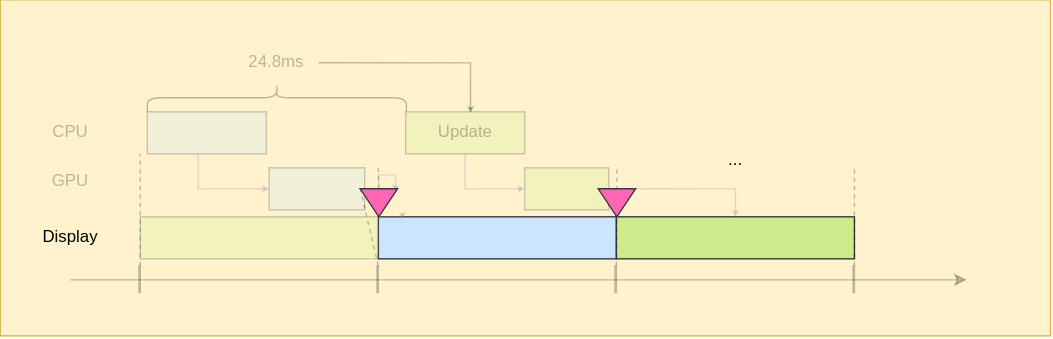
The draw.io diagram public/posts/timestep-and-frame-pacing-2/resources/croteam_7.svg in raylee9919/raylee9919.github.io, before a commit. Source tidied: cells renumbered, new cells last; positions are measured from the earlier drawing's top-left corner, leaving out a move shared by most shapes.
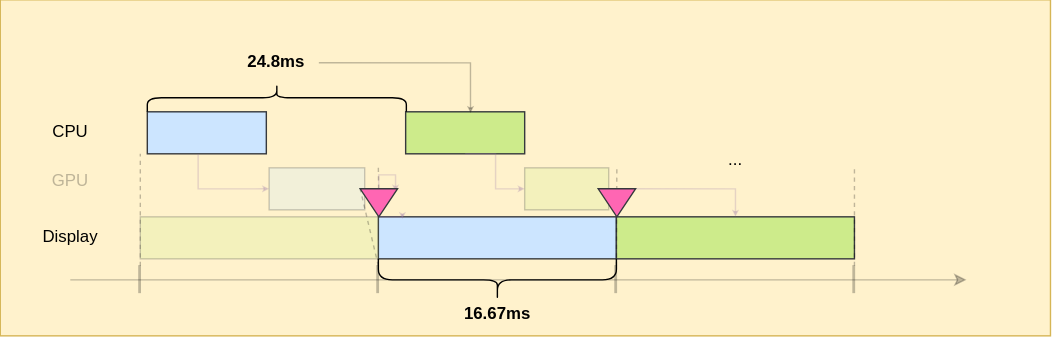
Later version of the same file.

Change to the diagram source:
```diff
@@ -17,7 +17,7 @@
         <mxPoint x="100" y="212" as="targetPoint" />
       </mxGeometry>
     </mxCell>
-    <mxCell id="5" style="rounded=0;whiteSpace=wrap;html=1;fillColor=#cce5ff;strokeColor=#36393d;textOpacity=25;opacity=25;" parent="1" vertex="1">
+    <mxCell id="5" style="rounded=0;whiteSpace=wrap;html=1;fillColor=#cce5ff;strokeColor=#36393d;" parent="1" vertex="1">
       <mxGeometry x="105" y="102" width="85" height="30" as="geometry" />
     </mxCell>
     <mxCell id="6" style="rounded=0;whiteSpace=wrap;html=1;fillColor=#cce5ff;strokeColor=#36393d;opacity=25;" parent="1" vertex="1">
@@ -44,7 +44,7 @@
         <mxPoint x="100" y="132" as="targetPoint" />
       </mxGeometry>
     </mxCell>
-    <mxCell id="11" style="endArrow=none;dashed=1;html=1;rounded=0;entryX=0;entryY=1;entryDx=0;entryDy=0;opacity=25;" parent="1" edge="1" source="33">
+    <mxCell id="11" style="endArrow=none;dashed=1;html=1;rounded=0;entryX=0;entryY=1;entryDx=0;entryDy=0;opacity=25;" parent="1" edge="1" source="32">
       <mxGeometry relative="1" as="geometry">
         <mxPoint x="270" y="142" as="targetPoint" />
       </mxGeometry>
@@ -52,7 +52,7 @@
     <mxCell id="12" style="endArrow=classic;html=1;rounded=0;exitX=0.427;exitY=1.007;exitDx=0;exitDy=0;entryX=0;entryY=0.5;entryDx=0;entryDy=0;endSize=2;edgeStyle=orthogonalEdgeStyle;fillColor=#e1d5e7;strokeColor=#9673a6;exitPerimeter=0;opacity=25;" parent="1" edge="1" source="5" target="6">
       <mxGeometry relative="1" as="geometry" />
     </mxCell>
-    <mxCell id="13" style="endArrow=classic;html=1;rounded=0;exitX=1;exitY=0.5;exitDx=0;exitDy=0;endSize=2;edgeStyle=orthogonalEdgeStyle;entryX=0.101;entryY=0.052;entryDx=0;entryDy=0;fillColor=#e1d5e7;strokeColor=#9673a6;entryPerimeter=0;opacity=25;" parent="1" edge="1" source="33" target="7">
+    <mxCell id="13" style="endArrow=classic;html=1;rounded=0;exitX=1;exitY=0.5;exitDx=0;exitDy=0;endSize=2;edgeStyle=orthogonalEdgeStyle;entryX=0.101;entryY=0.052;entryDx=0;entryDy=0;fillColor=#e1d5e7;strokeColor=#9673a6;entryPerimeter=0;opacity=25;" parent="1" edge="1" source="32" target="7">
       <mxGeometry relative="1" as="geometry" />
     </mxCell>
     <mxCell id="14" style="rounded=0;whiteSpace=wrap;html=1;fillColor=#cdeb8b;strokeColor=#36393d;opacity=25;" parent="1" vertex="1">
@@ -73,7 +73,7 @@
         <mxPoint x="610" y="142" as="targetPoint" />
       </mxGeometry>
     </mxCell>
-    <mxCell id="18" style="rounded=0;whiteSpace=wrap;html=1;fillColor=#cdeb8b;strokeColor=#36393d;opacity=25;" parent="1" vertex="1">
+    <mxCell id="18" style="rounded=0;whiteSpace=wrap;html=1;fillColor=#cdeb8b;strokeColor=#36393d;" parent="1" vertex="1">
       <mxGeometry x="289.5" y="102" width="85" height="30" as="geometry" />
     </mxCell>
     <mxCell id="19" style="rounded=0;whiteSpace=wrap;html=1;fillColor=#cdeb8b;strokeColor=#36393d;textOpacity=25;opacity=25;" parent="1" vertex="1">
@@ -91,43 +91,48 @@
     <mxCell id="22" style="endArrow=classic;html=1;rounded=0;exitX=1;exitY=0.5;exitDx=0;exitDy=0;endSize=2;edgeStyle=orthogonalEdgeStyle;fillColor=#e1d5e7;strokeColor=#9673a6;opacity=25;" parent="1" edge="1" source="19" target="16">
       <mxGeometry relative="1" as="geometry" />
     </mxCell>
-    <mxCell id="23" style="shape=curlyBracket;whiteSpace=wrap;html=1;rounded=1;flipH=1;labelPosition=right;verticalLabelPosition=middle;align=left;verticalAlign=middle;legacyAnchorPoints=0;rotation=-90;textOpacity=25;opacity=25;" parent="1" vertex="1">
+    <mxCell id="23" style="shape=curlyBracket;whiteSpace=wrap;html=1;rounded=1;flipH=1;labelPosition=right;verticalLabelPosition=middle;align=left;verticalAlign=middle;legacyAnchorPoints=0;rotation=-90;" parent="1" vertex="1">
       <mxGeometry x="187.5" y="-0.5" width="20" height="185" as="geometry" />
     </mxCell>
-    <mxCell id="24" value="24.8ms" style="text;html=1;whiteSpace=wrap;strokeColor=none;fillColor=none;align=center;verticalAlign=middle;rounded=0;textOpacity=25;" parent="1" vertex="1">
+    <mxCell id="24" value="24.8ms" style="text;html=1;whiteSpace=wrap;strokeColor=none;fillColor=none;align=center;verticalAlign=middle;rounded=0;fontStyle=1;" parent="1" vertex="1">
       <mxGeometry x="167.5" y="52" width="60" height="30" as="geometry" />
     </mxCell>
     <mxCell id="25" style="endArrow=classic;html=1;rounded=0;exitX=1;exitY=0.5;exitDx=0;exitDy=0;entryX=0.545;entryY=0.029;entryDx=0;entryDy=0;entryPerimeter=0;edgeStyle=orthogonalEdgeStyle;endSize=2;opacity=25;" parent="1" edge="1" source="24" target="18">
       <mxGeometry relative="1" as="geometry" />
     </mxCell>
-    <mxCell id="26" value="Update" style="text;html=1;whiteSpace=wrap;strokeColor=none;fillColor=none;align=center;verticalAlign=middle;rounded=0;textOpacity=25;" parent="1" vertex="1">
-      <mxGeometry x="302" y="102" width="60" height="30" as="geometry" />
+    <mxCell id="26" value="CPU" style="text;html=1;whiteSpace=wrap;strokeColor=none;fillColor=none;align=center;verticalAlign=middle;rounded=0;" parent="1" vertex="1">
+      <mxGeometry x="20" y="102" width="60" height="30" as="geometry" />
     </mxCell>
-    <mxCell id="27" value="CPU" style="text;html=1;whiteSpace=wrap;strokeColor=none;fillColor=none;align=center;verticalAlign=middle;rounded=0;textOpacity=25;" parent="1" vertex="1">
-      <mxGeometry x="20" y="102" width="60" height="30" as="geometry" />
+    <mxCell id="27" value="GPU" style="text;html=1;whiteSpace=wrap;strokeColor=none;fillColor=none;align=center;verticalAlign=middle;rounded=0;textOpacity=25;" parent="1" vertex="1">
+      <mxGeometry x="20" y="137" width="60" height="30" as="geometry" />
     </mxCell>
-    <mxCell id="28" value="GPU" style="text;html=1;whiteSpace=wrap;strokeColor=none;fillColor=none;align=center;verticalAlign=middle;rounded=0;textOpacity=25;" parent="1" vertex="1">
-      <mxGeometry x="20" y="137" width="60" height="30" as="geometry" />
+    <mxCell id="28" value="Display" style="text;html=1;whiteSpace=wrap;strokeColor=none;fillColor=none;align=center;verticalAlign=middle;rounded=0;" parent="1" vertex="1">
+      <mxGeometry x="20" y="177" width="60" height="30" as="geometry" />
     </mxCell>
-    <mxCell id="29" value="Display" style="text;html=1;whiteSpace=wrap;strokeColor=none;fillColor=none;align=center;verticalAlign=middle;rounded=0;" parent="1" vertex="1">
-      <mxGeometry x="20" y="177" width="60" height="30" as="geometry" />
+    <mxCell id="29" style="endArrow=classic;html=1;rounded=0;exitX=0.5;exitY=1;exitDx=0;exitDy=0;entryX=0;entryY=0.5;entryDx=0;entryDy=0;endSize=2;edgeStyle=orthogonalEdgeStyle;fillColor=#e1d5e7;strokeColor=#9673a6;textOpacity=25;opacity=25;" parent="1" edge="1" target="19">
+      <mxGeometry relative="1" as="geometry">
+        <mxPoint x="332" y="132" as="sourcePoint" />
+      </mxGeometry>
     </mxCell>
-    <mxCell id="30" style="endArrow=classic;html=1;rounded=0;exitX=0.5;exitY=1;exitDx=0;exitDy=0;entryX=0;entryY=0.5;entryDx=0;entryDy=0;endSize=2;edgeStyle=orthogonalEdgeStyle;fillColor=#e1d5e7;strokeColor=#9673a6;textOpacity=25;opacity=25;" parent="1" edge="1" source="26" target="19">
+    <mxCell id="30" style="endArrow=classic;html=1;rounded=0;exitX=1;exitY=0.5;exitDx=0;exitDy=0;endSize=2;edgeStyle=orthogonalEdgeStyle;entryX=0.101;entryY=0.052;entryDx=0;entryDy=0;fillColor=#e1d5e7;strokeColor=#9673a6;entryPerimeter=0;opacity=25;" parent="1" edge="1" source="6" target="32">
       <mxGeometry relative="1" as="geometry" />
     </mxCell>
-    <mxCell id="31" style="endArrow=classic;html=1;rounded=0;exitX=1;exitY=0.5;exitDx=0;exitDy=0;endSize=2;edgeStyle=orthogonalEdgeStyle;entryX=0.101;entryY=0.052;entryDx=0;entryDy=0;fillColor=#e1d5e7;strokeColor=#9673a6;entryPerimeter=0;opacity=25;" parent="1" edge="1" source="6" target="33">
-      <mxGeometry relative="1" as="geometry" />
+    <mxCell id="31" style="endArrow=none;dashed=1;html=1;rounded=0;entryX=0;entryY=1;entryDx=0;entryDy=0;opacity=25;" parent="1" edge="1" target="32">
+      <mxGeometry relative="1" as="geometry">
+        <mxPoint x="270" y="212" as="sourcePoint" />
+      </mxGeometry>
     </mxCell>
-    <mxCell id="32" style="endArrow=none;dashed=1;html=1;rounded=0;entryX=0;entryY=1;entryDx=0;entryDy=0;opacity=25;" parent="1" edge="1" target="33">
-      <mxGeometry relative="1" as="geometry">
-        <mxPoint x="270" y="212" as="sourcePoint" />
-      </mxGeometry>
+    <mxCell id="32" style="triangle;whiteSpace=wrap;html=1;shapeInside=1;rotation=90;fillColor=#FF66B3;strokeColor=#36393d;" parent="1" vertex="1">
+      <mxGeometry x="260.3" y="153.7" width="20" height="26.7" as="geometry" />
     </mxCell>
     <mxCell id="33" style="triangle;whiteSpace=wrap;html=1;shapeInside=1;rotation=90;fillColor=#FF66B3;strokeColor=#36393d;" parent="1" vertex="1">
-      <mxGeometry x="260.3" y="153.7" width="20" height="26.7" as="geometry" />
+      <mxGeometry x="430.3" y="153.7" width="20" height="26.7" as="geometry" />
     </mxCell>
-    <mxCell id="34" style="triangle;whiteSpace=wrap;html=1;shapeInside=1;rotation=90;fillColor=#FF66B3;strokeColor=#36393d;" parent="1" vertex="1">
-      <mxGeometry x="430.3" y="153.7" width="20" height="26.7" as="geometry" />
+    <mxCell id="34" style="shape=curlyBracket;whiteSpace=wrap;html=1;rounded=1;flipH=1;labelPosition=right;verticalLabelPosition=middle;align=left;verticalAlign=middle;legacyAnchorPoints=0;rotation=90;" parent="1" vertex="1">
+      <mxGeometry x="340" y="137" width="30" height="170" as="geometry" />
     </mxCell>
+    <mxCell id="35" value="16.67ms" style="text;html=1;whiteSpace=wrap;strokeColor=none;fillColor=none;align=center;verticalAlign=middle;rounded=0;fontStyle=1;" parent="1" vertex="1">
+      <mxGeometry x="325" y="232" width="60" height="30" as="geometry" />
+    </mxCell>
   </root>
 </mxGraphModel>
```
